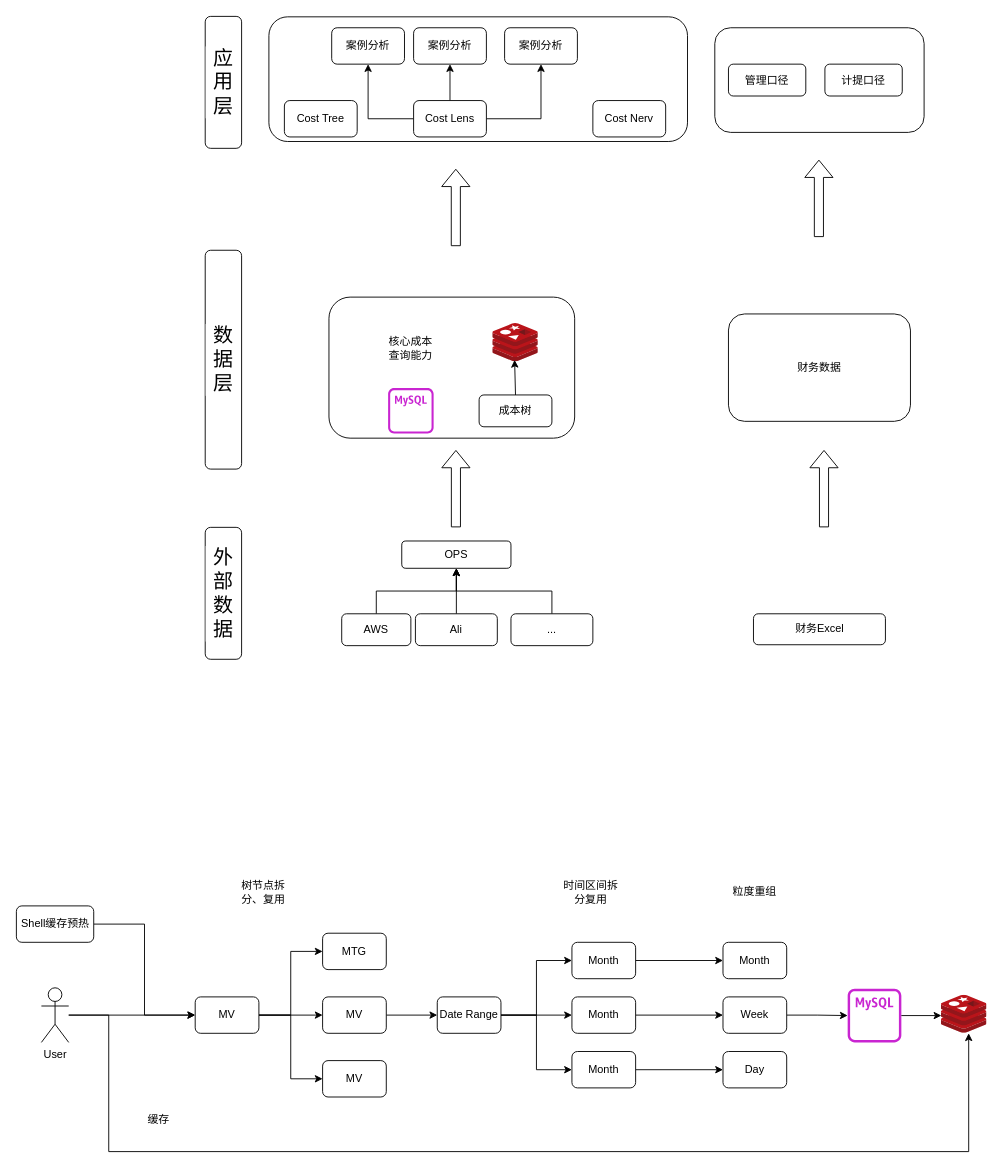
This is finops.drawio from bzk1994/draw.io, a draw.io file, before an edit. Source tidied: cells renumbered, new cells numbered last; positions are measured from the earlier drawing's top-left corner, leaving out a move shared by most shapes. Both pictures are drawn from the tidied source at 91%, with x=0, y=0 at pixel (15, 15).
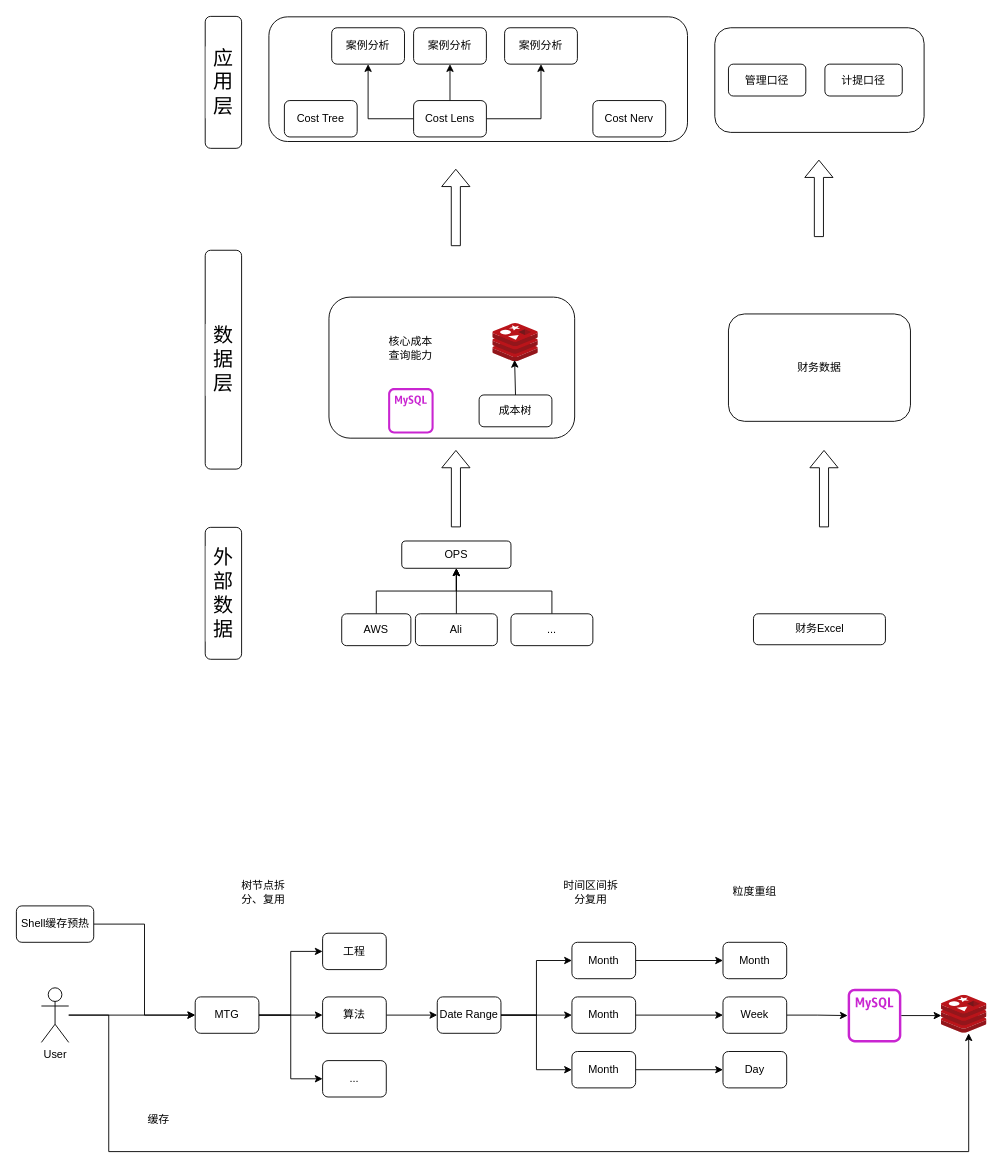
The same page after the edit.

Change to the diagram source:
```diff
@@
-    <mxCell id="40" value="MV" style="rounded=1;whiteSpace=wrap;html=1;" parent="1" vertex="1">
+    <mxCell id="40" value="MTG" style="rounded=1;whiteSpace=wrap;html=1;" parent="1" vertex="1">
       <mxGeometry x="197" y="1078" width="70" height="40" as="geometry" />
     </mxCell>
@@
-    <mxCell id="42" value="MV" style="rounded=1;whiteSpace=wrap;html=1;" parent="1" vertex="1">
+    <mxCell id="42" value="算法" style="rounded=1;whiteSpace=wrap;html=1;" parent="1" vertex="1">
       <mxGeometry x="337" y="1078" width="70" height="40" as="geometry" />
     </mxCell>
-    <mxCell id="43" value="MV" style="rounded=1;whiteSpace=wrap;html=1;" parent="1" vertex="1">
+    <mxCell id="43" value="..." style="rounded=1;whiteSpace=wrap;html=1;" parent="1" vertex="1">
       <mxGeometry x="337" y="1148" width="70" height="40" as="geometry" />
     </mxCell>
-    <mxCell id="44" value="MTG" style="rounded=1;whiteSpace=wrap;html=1;" parent="1" vertex="1">
+    <mxCell id="44" value="工程" style="rounded=1;whiteSpace=wrap;html=1;" parent="1" vertex="1">
       <mxGeometry x="337" y="1008" width="70" height="40" as="geometry" />
     </mxCell>
```
